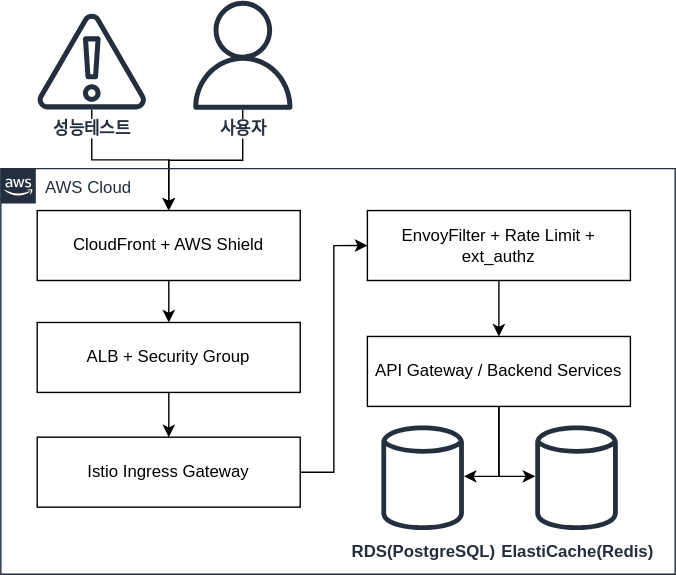
Earlier version of the draw.io export public/images/infrastructure/architecture/01_infra-arc.svg (goorm-gongbang/001-finalPR). Source tidied: cells renumbered, new cells last; positions are measured from the earlier drawing's top-left corner, leaving out a move shared by most shapes.
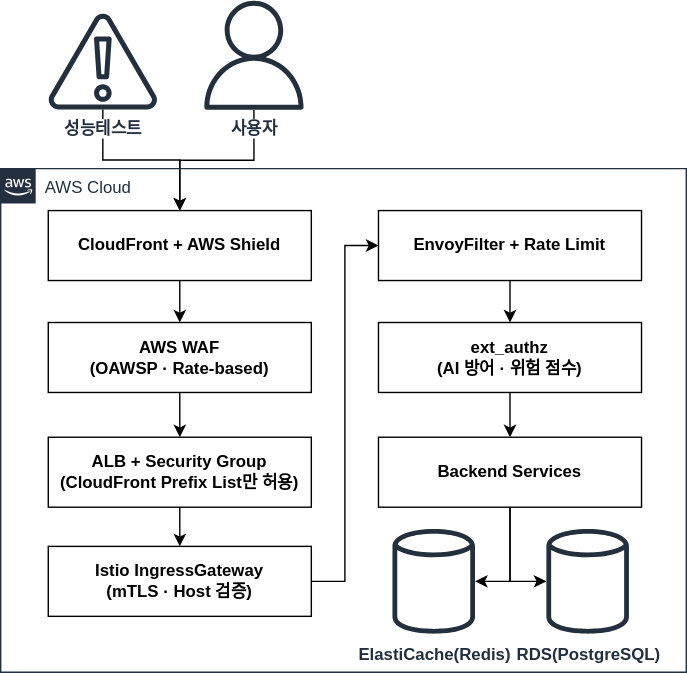
Above is the later version.

The edit, as a diff of the source:
```diff
@@ -17,53 +17,64 @@
     <mxCell id="6" style="edgeStyle=orthogonalEdgeStyle;rounded=0;jettySize=auto;html=1;" parent="1" edge="1" source="7" target="9">
       <mxGeometry relative="1" as="geometry" />
     </mxCell>
-    <mxCell id="7" value="CloudFront + AWS Shield" style="rounded=0;whiteSpace=wrap;html=1;" parent="1" vertex="1">
+    <mxCell id="7" value="&lt;b&gt;CloudFront + AWS Shield&lt;/b&gt;" style="rounded=0;whiteSpace=wrap;html=1;" parent="1" vertex="1">
       <mxGeometry x="26" y="150" width="188" height="50" as="geometry" />
     </mxCell>
     <mxCell id="8" style="edgeStyle=orthogonalEdgeStyle;rounded=0;jettySize=auto;html=1;" parent="1" edge="1" source="9" target="13">
       <mxGeometry relative="1" as="geometry" />
     </mxCell>
-    <mxCell id="9" value="ALB + Security Group" style="rounded=0;whiteSpace=wrap;html=1;" parent="1" vertex="1">
+    <mxCell id="9" value="&lt;b&gt;AWS WAF&lt;/b&gt;&lt;div&gt;&lt;b&gt;(OAWSP · Rate-based)&lt;/b&gt;&lt;/div&gt;" style="rounded=0;whiteSpace=wrap;html=1;" parent="1" vertex="1">
       <mxGeometry x="26" y="230" width="188" height="50" as="geometry" />
     </mxCell>
-    <mxCell id="10" style="edgeStyle=orthogonalEdgeStyle;rounded=0;jettySize=auto;html=1;" parent="1" edge="1" source="11" target="16">
-      <mxGeometry relative="1" as="geometry">
-        <Array as="points">
-          <mxPoint x="356" y="340" />
-        </Array>
-      </mxGeometry>
-    </mxCell>
+    <mxCell id="20" style="edgeStyle=orthogonalEdgeStyle;rounded=0;jettySize=auto;html=1;entryX=0.5;entryY=0;entryDx=0;entryDy=0;" parent="1" edge="1" source="11" target="26">
+      <mxGeometry relative="1" as="geometry" />
+    </mxCell>
-    <mxCell id="11" value="API Gateway / Backend Services" style="rounded=0;whiteSpace=wrap;html=1;" parent="1" vertex="1">
-      <mxGeometry x="262" y="240" width="188" height="50" as="geometry" />
+    <mxCell id="11" value="&lt;b&gt;ext_authz&lt;/b&gt;&lt;div&gt;&lt;b&gt;(AI 방어 · 위험 점수)&lt;/b&gt;&lt;/div&gt;" style="rounded=0;whiteSpace=wrap;html=1;" parent="1" vertex="1">
+      <mxGeometry x="262" y="230" width="188" height="50" as="geometry" />
     </mxCell>
-    <mxCell id="12" style="edgeStyle=orthogonalEdgeStyle;rounded=0;jettySize=auto;html=1;entryX=0;entryY=0.5;entryDx=0;entryDy=0;" parent="1" edge="1" source="13" target="15">
-      <mxGeometry relative="1" as="geometry" />
-    </mxCell>
+    <mxCell id="21" style="edgeStyle=orthogonalEdgeStyle;rounded=0;jettySize=auto;html=1;" parent="1" edge="1" source="13" target="23">
+      <mxGeometry relative="1" as="geometry" />
+    </mxCell>
-    <mxCell id="13" value="Istio Ingress Gateway" style="rounded=0;whiteSpace=wrap;html=1;" parent="1" vertex="1">
+    <mxCell id="13" value="&lt;b&gt;ALB + Security Group&lt;/b&gt;&lt;div&gt;&lt;b&gt;(CloudFront Prefix List만 허용)&lt;/b&gt;&lt;/div&gt;" style="rounded=0;whiteSpace=wrap;html=1;" parent="1" vertex="1">
       <mxGeometry x="26" y="312" width="188" height="50" as="geometry" />
     </mxCell>
-    <mxCell id="14" style="edgeStyle=orthogonalEdgeStyle;rounded=0;jettySize=auto;html=1;" parent="1" edge="1" source="15" target="11">
+    <mxCell id="14" style="edgeStyle=orthogonalEdgeStyle;rounded=0;jettySize=auto;html=1;entryX=0.5;entryY=0;entryDx=0;entryDy=0;" parent="1" edge="1" source="15" target="11">
       <mxGeometry relative="1" as="geometry" />
     </mxCell>
-    <mxCell id="15" value="EnvoyFilter + Rate Limit + ext_authz" style="rounded=0;whiteSpace=wrap;html=1;" parent="1" vertex="1">
+    <mxCell id="15" value="&lt;b&gt;EnvoyFilter + Rate Limit&lt;/b&gt;" style="rounded=0;whiteSpace=wrap;html=1;" parent="1" vertex="1">
       <mxGeometry x="262" y="150" width="188" height="50" as="geometry" />
     </mxCell>
     <mxCell id="16" value="&lt;b&gt;RDS(PostgreSQL)&lt;/b&gt;" style="sketch=0;outlineConnect=0;fontColor=#232F3E;gradientColor=none;fillColor=#232F3D;strokeColor=none;dashed=0;verticalLabelPosition=bottom;verticalAlign=top;align=center;html=1;fontSize=12;fontStyle=0;shape=mxgraph.aws4.generic_database;" parent="1" vertex="1">
-      <mxGeometry x="272" y="302" width="59" height="78" as="geometry" />
+      <mxGeometry x="382" y="376" width="59" height="78" as="geometry" />
     </mxCell>
     <mxCell id="17" value="&lt;b&gt;ElastiCache(Redis)&lt;/b&gt;" style="sketch=0;outlineConnect=0;fontColor=#232F3E;gradientColor=none;fillColor=#232F3D;strokeColor=none;dashed=0;verticalLabelPosition=bottom;verticalAlign=top;align=center;html=1;fontSize=12;fontStyle=0;shape=mxgraph.aws4.generic_database;" parent="1" vertex="1">
-      <mxGeometry x="382" y="302" width="59" height="78" as="geometry" />
+      <mxGeometry x="272" y="376" width="59" height="78" as="geometry" />
     </mxCell>
-    <mxCell id="18" style="edgeStyle=orthogonalEdgeStyle;rounded=0;jettySize=auto;html=1;" parent="1" edge="1" target="17">
-      <mxGeometry relative="1" as="geometry">
-        <mxPoint x="356" y="290" as="sourcePoint" />
-        <Array as="points">
-          <mxPoint x="356" y="340" />
-        </Array>
-      </mxGeometry>
-    </mxCell>
     <mxCell id="19" value="AWS Cloud" style="gradientColor=none;html=1;whiteSpace=wrap;fontSize=12;fontStyle=0;shape=mxgraph.aws4.group;grIcon=mxgraph.aws4.group_aws_cloud_alt;strokeColor=#232F3E;fillColor=none;verticalAlign=top;align=left;spacingLeft=30;fontColor=#232F3E;dashed=0;" parent="1" vertex="1">
-      <mxGeometry y="120" width="482" height="290" as="geometry" />
+      <mxGeometry x="-8" y="120" width="490" height="360" as="geometry" />
     </mxCell>
+    <mxCell id="22" style="edgeStyle=orthogonalEdgeStyle;rounded=0;jettySize=auto;html=1;entryX=0;entryY=0.5;entryDx=0;entryDy=0;" parent="1" edge="1" source="23" target="15">
+      <mxGeometry relative="1" as="geometry" />
+    </mxCell>
+    <mxCell id="23" value="&lt;b&gt;Istio IngressGateway&lt;/b&gt;&lt;div&gt;&lt;b&gt;(mTLS · Host 검증)&lt;/b&gt;&lt;/div&gt;" style="rounded=0;whiteSpace=wrap;html=1;" parent="1" vertex="1">
+      <mxGeometry x="26" y="390" width="188" height="50" as="geometry" />
+    </mxCell>
+    <mxCell id="24" style="edgeStyle=orthogonalEdgeStyle;rounded=0;jettySize=auto;html=1;" parent="1" edge="1" source="26" target="17">
+      <mxGeometry relative="1" as="geometry">
+        <Array as="points">
+          <mxPoint x="356" y="415" />
+        </Array>
+      </mxGeometry>
+    </mxCell>
+    <mxCell id="25" style="edgeStyle=orthogonalEdgeStyle;rounded=0;jettySize=auto;html=1;" parent="1" edge="1" source="26" target="16">
+      <mxGeometry relative="1" as="geometry">
+        <Array as="points">
+          <mxPoint x="356" y="415" />
+        </Array>
+      </mxGeometry>
+    </mxCell>
+    <mxCell id="26" value="&lt;b&gt;Backend Services&lt;/b&gt;" style="rounded=0;whiteSpace=wrap;html=1;" parent="1" vertex="1">
+      <mxGeometry x="262" y="312" width="188" height="50" as="geometry" />
+    </mxCell>
   </root>
 </mxGraphModel>
```
